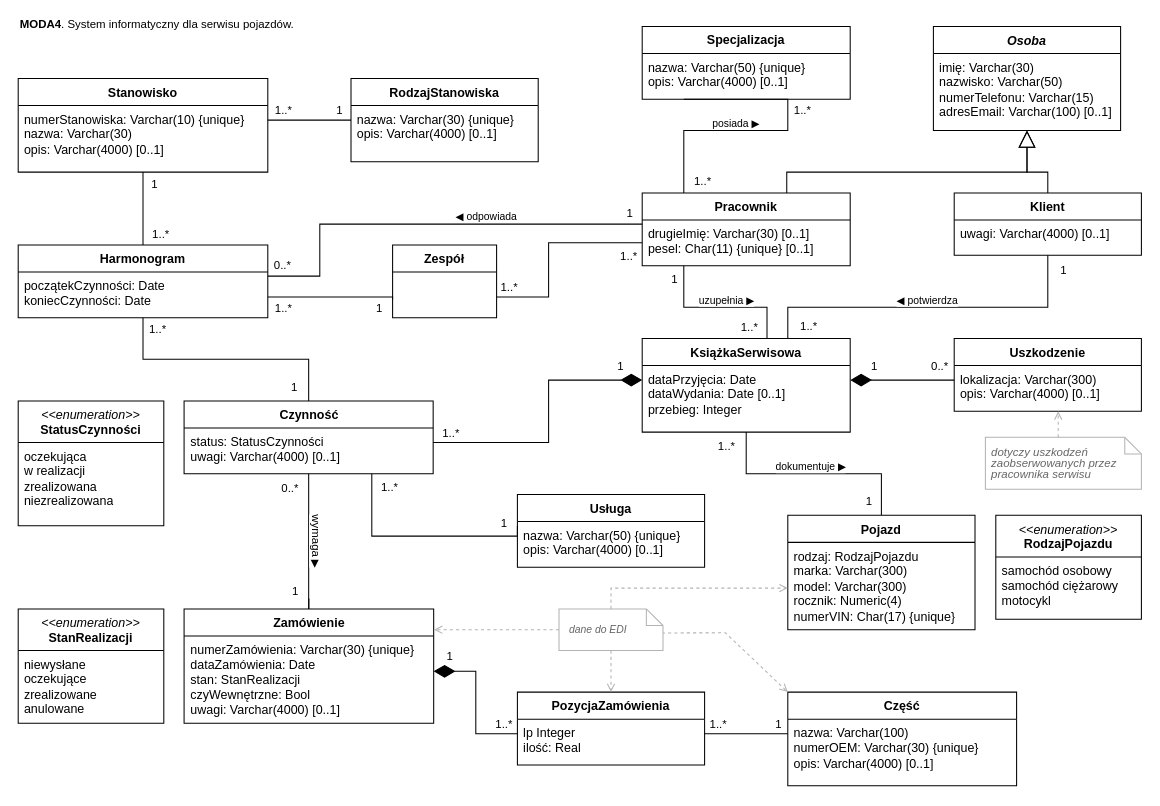
SSwiatlak/IT_SYSTEM_FOR_CAR_WORKSHOPS keeps this draw.io diagram as moda_logiczny/drawio/MODA4_logiczny_p1.drawio. Above is the earlier version. Source tidied: cells renumbered, new cells numbered last; positions are measured from the earlier drawing's top-left corner, leaving out a move shared by most shapes. Both pictures are drawn from the tidied source at 104%, with x=0, y=0 at pixel (18, 26).
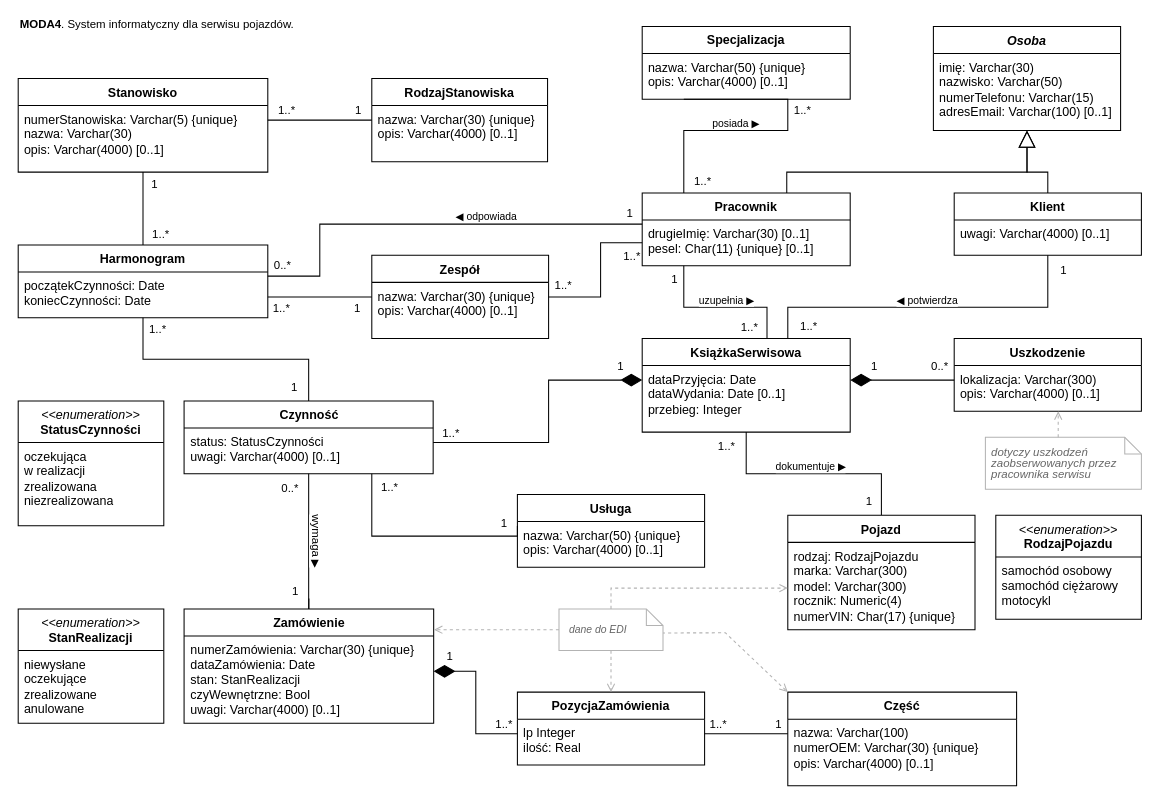
After the change.

The change refers to these unchanged cells:
```xml
<mxCell id="26" value="&lt;span&gt;&lt;/span&gt;&lt;span style=&quot;white-space-collapse: preserve;&quot;&gt;drugieImię: Varchar(30) [0..1]&lt;/span&gt;&lt;br style=&quot;white-space-collapse: preserve;&quot;&gt;&lt;span style=&quot;white-space-collapse: preserve;&quot;&gt;pesel: Char(11) {unique} [0..1]&lt;/span&gt;" style="text;strokeColor=none;fillColor=none;align=left;verticalAlign=top;spacingLeft=4;spacingRight=4;overflow=hidden;points=[[0,0.5],[1,0.5]];portConstraint=eastwest;whiteSpace=wrap;html=1;" parent="25" vertex="1">
  <mxGeometry y="26" width="200" height="44" as="geometry" />
</mxCell>
<mxCell id="69" value="Stanowisko" style="swimlane;fontStyle=1;align=center;verticalAlign=top;horizontal=1;startSize=26;whiteSpace=wrap;html=1;" parent="1" vertex="1">
  <mxGeometry y="50" width="240" height="90" as="geometry" />
</mxCell>
```

Change to the diagram source:
```diff
@@
-    <mxCell id="6" style="rounded=0;jettySize=auto;html=1;endArrow=none;endFill=0;startArrow=none;startFill=0;edgeStyle=elbowEdgeStyle;elbow=vertical;entryX=0;entryY=0.75;entryDx=0;entryDy=0;" parent="1" edge="1" target="71">
+    <mxCell id="6" style="rounded=0;jettySize=auto;html=1;endArrow=none;endFill=0;startArrow=none;startFill=0;edgeStyle=elbowEdgeStyle;elbow=vertical;" parent="1" edge="1" target="71">
       <mxGeometry relative="1" as="geometry">
         <mxPoint x="240" y="260" as="sourcePoint" />
         <Array as="points">
           <mxPoint x="310" y="260" />
           <mxPoint x="300" y="235" />
           <mxPoint x="280" y="240" />
         </Array>
       </mxGeometry>
     </mxCell>
@@
     <mxCell id="18" style="edgeStyle=elbowEdgeStyle;shape=connector;rounded=0;jettySize=auto;html=1;strokeColor=default;align=center;verticalAlign=middle;fontFamily=Helvetica;fontSize=11;fontColor=default;labelBackgroundColor=default;startArrow=none;startFill=0;endArrow=none;endFill=0;exitX=0;exitY=0.5;exitDx=0;exitDy=0;" parent="1" edge="1" source="26" target="71">
       <mxGeometry relative="1" as="geometry">
         <Array as="points">
-          <mxPoint x="510" y="260" />
+          <mxPoint x="560" y="260" />
         </Array>
       </mxGeometry>
     </mxCell>
@@
     <mxCell id="20" value="1..*" style="edgeLabel;html=1;align=center;verticalAlign=middle;fontFamily=Helvetica;fontSize=11;fontColor=default;labelBackgroundColor=default;" parent="18" vertex="1">
       <mxGeometry x="0.89" y="-2" relative="1" as="geometry">
-        <mxPoint y="-8" as="offset" />
+        <mxPoint x="5" y="-10" as="offset" />
       </mxGeometry>
     </mxCell>
@@
     <mxCell id="64" value="&lt;div&gt;RodzajStanowiska&lt;/div&gt;" style="swimlane;fontStyle=1;align=center;verticalAlign=top;horizontal=1;startSize=26;whiteSpace=wrap;html=1;" parent="1" vertex="1">
-      <mxGeometry x="320" y="50" width="180" height="80" as="geometry" />
+      <mxGeometry x="340" y="50" width="169" height="80" as="geometry" />
     </mxCell>
     <mxCell id="65" value="&lt;span&gt;&lt;/span&gt;nazwa: Varchar(30) {unique}&lt;div&gt;opis: Varchar(4000) [0..1]&lt;/div&gt;" style="text;strokeColor=none;fillColor=none;align=left;verticalAlign=top;spacingLeft=4;spacingRight=4;overflow=hidden;whiteSpace=wrap;html=1;" parent="64" vertex="1">
-      <mxGeometry y="26" width="180" height="54" as="geometry" />
+      <mxGeometry y="26" width="169" height="54" as="geometry" />
     </mxCell>
@@
-    <mxCell id="70" value="numerStanowiska: Varchar(10) {unique}&lt;span&gt;&lt;/span&gt;&lt;div&gt;nazwa: Varchar(30)&lt;/div&gt;&lt;div&gt;opis: Varchar(4000)&lt;span style=&quot;background-color: initial;&quot;&gt;&amp;nbsp;&lt;/span&gt;&lt;span style=&quot;background-color: initial;&quot;&gt;[0..1]&lt;/span&gt;&lt;/div&gt;" style="text;strokeColor=none;fillColor=none;align=left;verticalAlign=top;spacingLeft=4;spacingRight=4;overflow=hidden;whiteSpace=wrap;html=1;" parent="69" vertex="1">
+    <mxCell id="70" value="numerStanowiska: Varchar(5) {unique}&lt;span&gt;&lt;/span&gt;&lt;div&gt;nazwa: Varchar(30)&lt;/div&gt;&lt;div&gt;opis: Varchar(4000)&lt;span style=&quot;background-color: initial;&quot;&gt;&amp;nbsp;&lt;/span&gt;&lt;span style=&quot;background-color: initial;&quot;&gt;[0..1]&lt;/span&gt;&lt;/div&gt;" style="text;strokeColor=none;fillColor=none;align=left;verticalAlign=top;spacingLeft=4;spacingRight=4;overflow=hidden;whiteSpace=wrap;html=1;" parent="69" vertex="1">
       <mxGeometry y="26" width="240" height="64" as="geometry" />
     </mxCell>
-    <mxCell id="71" value="Zespół" style="swimlane;fontStyle=1;align=center;verticalAlign=top;horizontal=1;startSize=26;whiteSpace=wrap;html=1;" parent="1" vertex="1">
-      <mxGeometry x="360" y="210" width="100" height="70" as="geometry" />
-    </mxCell>
@@
+    <mxCell id="71" value="Zespół" style="swimlane;fontStyle=1;align=center;verticalAlign=top;horizontal=1;startSize=26;whiteSpace=wrap;html=1;" parent="1" vertex="1">
+      <mxGeometry x="340" y="220" width="170" height="80" as="geometry" />
+    </mxCell>
+    <mxCell id="105" value="&lt;span&gt;&lt;/span&gt;nazwa: Varchar(30) {unique}&lt;div&gt;opis: Varchar(4000) [0..1]&lt;/div&gt;" style="text;strokeColor=none;fillColor=none;align=left;verticalAlign=top;spacingLeft=4;spacingRight=4;overflow=hidden;whiteSpace=wrap;html=1;" parent="71" vertex="1">
+      <mxGeometry y="26" width="170" height="54" as="geometry" />
+    </mxCell>
```
